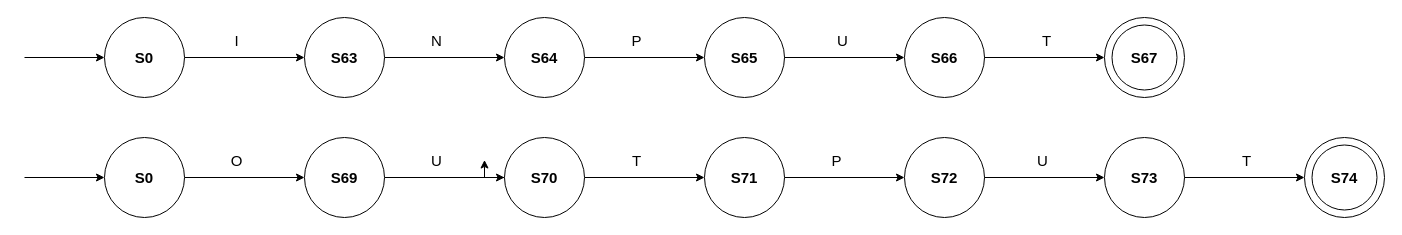
Earlier version of the draw.io diagram i/oWords.drawio (MonaJea-Ng/Projects). Source tidied: cells renumbered, new cells numbered last; positions are measured from the earlier drawing's top-left corner, leaving out a move shared by most shapes. Both pictures are drawn from the tidied source at 100%, with x=0, y=0 at pixel (24, 17).
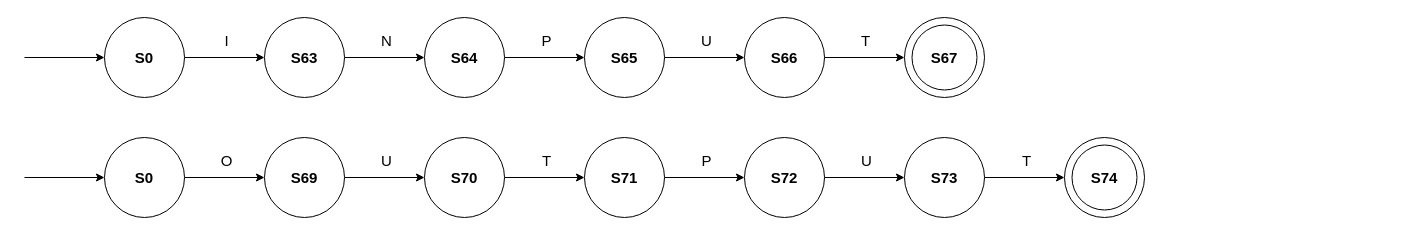
The same page after the edit.

The edit, as a diff of the source:
```diff
@@
     <mxCell id="2" style="ellipse;whiteSpace=wrap;html=1;" parent="1" vertex="1">
-      <mxGeometry x="880" width="80" height="80" as="geometry" />
+      <mxGeometry x="720" width="80" height="80" as="geometry" />
     </mxCell>
     <mxCell id="3" style="ellipse;whiteSpace=wrap;html=1;" parent="1" vertex="1">
-      <mxGeometry x="680" width="80" height="80" as="geometry" />
+      <mxGeometry x="560" width="80" height="80" as="geometry" />
     </mxCell>
-    <mxCell id="4" style="endArrow=classic;html=1;rounded=0;entryX=0;entryY=0.5;entryDx=0;entryDy=0;exitX=1;exitY=0.5;exitDx=0;exitDy=0;" parent="1" edge="1" source="14">
+    <mxCell id="4" style="endArrow=classic;html=1;rounded=0;exitX=1;exitY=0.5;exitDx=0;exitDy=0;" parent="1" edge="1" source="14">
       <mxGeometry relative="1" as="geometry">
-        <mxPoint x="680" y="40" as="targetPoint" />
+        <mxPoint x="560" y="40" as="targetPoint" />
       </mxGeometry>
     </mxCell>
@@
     <mxCell id="6" value="&lt;b style=&quot;font-size: 15px;&quot;&gt;S65&lt;/b&gt;" style="text;html=1;strokeColor=none;fillColor=none;align=center;verticalAlign=middle;whiteSpace=wrap;rounded=0;fontSize=15;" parent="1" vertex="1">
-      <mxGeometry x="690" y="25" width="60" height="30" as="geometry" />
+      <mxGeometry x="570" y="25" width="60" height="30" as="geometry" />
     </mxCell>
     <mxCell id="7" value="&lt;b&gt;&lt;font style=&quot;font-size: 15px;&quot;&gt;S66&lt;/font&gt;&lt;/b&gt;" style="text;html=1;strokeColor=none;fillColor=none;align=center;verticalAlign=middle;whiteSpace=wrap;rounded=0;" parent="1" vertex="1">
-      <mxGeometry x="890" y="25" width="60" height="30" as="geometry" />
+      <mxGeometry x="730" y="25" width="60" height="30" as="geometry" />
     </mxCell>
     <mxCell id="8" value="U" style="text;html=1;strokeColor=none;fillColor=none;align=center;verticalAlign=middle;whiteSpace=wrap;rounded=0;fontSize=15;" parent="1" vertex="1">
-      <mxGeometry x="766" y="7.5" width="105" height="30" as="geometry" />
+      <mxGeometry x="630" y="7.5" width="105" height="30" as="geometry" />
     </mxCell>
     <mxCell id="9" style="ellipse;whiteSpace=wrap;html=1;" parent="1" vertex="1">
-      <mxGeometry x="1080" width="80" height="80" as="geometry" />
+      <mxGeometry x="880" width="80" height="80" as="geometry" />
     </mxCell>
     <mxCell id="10" style="ellipse;whiteSpace=wrap;html=1;" parent="1" vertex="1">
-      <mxGeometry x="1087.5" y="7.5" width="65" height="65" as="geometry" />
+      <mxGeometry x="887.5" y="7.5" width="65" height="65" as="geometry" />
     </mxCell>
     <mxCell id="11" style="endArrow=classic;html=1;rounded=0;entryX=0;entryY=0.5;entryDx=0;entryDy=0;exitX=1;exitY=0.5;exitDx=0;exitDy=0;" parent="1" edge="1" target="9">
       <mxGeometry relative="1" as="geometry">
-        <mxPoint x="960" y="40" as="sourcePoint" />
+        <mxPoint x="800" y="40" as="sourcePoint" />
       </mxGeometry>
     </mxCell>
     <mxCell id="12" value="&lt;b&gt;&lt;font style=&quot;font-size: 15px;&quot;&gt;S67&lt;/font&gt;&lt;/b&gt;" style="text;html=1;strokeColor=none;fillColor=none;align=center;verticalAlign=middle;whiteSpace=wrap;rounded=0;" parent="1" vertex="1">
-      <mxGeometry x="1090" y="25" width="60" height="30" as="geometry" />
+      <mxGeometry x="890" y="25" width="60" height="30" as="geometry" />
     </mxCell>
     <mxCell id="13" value="T" style="text;html=1;strokeColor=none;fillColor=none;align=center;verticalAlign=middle;whiteSpace=wrap;rounded=0;fontSize=15;" parent="1" vertex="1">
-      <mxGeometry x="970" y="7.5" width="105" height="30" as="geometry" />
+      <mxGeometry x="789" y="7.5" width="105" height="30" as="geometry" />
     </mxCell>
     <mxCell id="14" style="ellipse;whiteSpace=wrap;html=1;" parent="1" vertex="1">
-      <mxGeometry x="480" width="80" height="80" as="geometry" />
+      <mxGeometry x="400" width="80" height="80" as="geometry" />
     </mxCell>
-    <mxCell id="15" style="endArrow=classic;html=1;rounded=0;entryX=0;entryY=0.5;entryDx=0;entryDy=0;" parent="1" edge="1">
+    <mxCell id="15" style="endArrow=classic;html=1;rounded=0;entryX=0;entryY=0.5;entryDx=0;entryDy=0;" parent="1" edge="1" target="14">
       <mxGeometry relative="1" as="geometry">
-        <mxPoint x="360" y="40" as="sourcePoint" />
-        <mxPoint x="480" y="40" as="targetPoint" />
+        <mxPoint x="320" y="40" as="sourcePoint" />
       </mxGeometry>
     </mxCell>
     <mxCell id="16" value="&lt;b style=&quot;font-size: 15px;&quot;&gt;S64&lt;/b&gt;" style="text;html=1;strokeColor=none;fillColor=none;align=center;verticalAlign=middle;whiteSpace=wrap;rounded=0;fontSize=15;" parent="1" vertex="1">
-      <mxGeometry x="490" y="25" width="60" height="30" as="geometry" />
+      <mxGeometry x="410" y="25" width="60" height="30" as="geometry" />
     </mxCell>
     <mxCell id="17" value="P" style="text;html=1;strokeColor=none;fillColor=none;align=center;verticalAlign=middle;whiteSpace=wrap;rounded=0;fontSize=15;" parent="1" vertex="1">
-      <mxGeometry x="560" y="7.5" width="105" height="30" as="geometry" />
+      <mxGeometry x="470" y="7.5" width="105" height="30" as="geometry" />
     </mxCell>
     <mxCell id="18" style="ellipse;whiteSpace=wrap;html=1;" parent="1" vertex="1">
-      <mxGeometry x="280" width="80" height="80" as="geometry" />
+      <mxGeometry x="240" width="80" height="80" as="geometry" />
     </mxCell>
     <mxCell id="19" value="&lt;b style=&quot;font-size: 15px;&quot;&gt;S63&lt;/b&gt;" style="text;html=1;strokeColor=none;fillColor=none;align=center;verticalAlign=middle;whiteSpace=wrap;rounded=0;fontSize=15;" parent="1" vertex="1">
-      <mxGeometry x="290" y="25" width="60" height="30" as="geometry" />
+      <mxGeometry x="250" y="25" width="60" height="30" as="geometry" />
     </mxCell>
     <mxCell id="20" value="N" style="text;html=1;strokeColor=none;fillColor=none;align=center;verticalAlign=middle;whiteSpace=wrap;rounded=0;fontSize=15;" parent="1" vertex="1">
-      <mxGeometry x="360" y="7.5" width="105" height="30" as="geometry" />
+      <mxGeometry x="310" y="7.5" width="105" height="30" as="geometry" />
     </mxCell>
-    <mxCell id="21" style="endArrow=classic;html=1;rounded=0;entryX=0;entryY=0.5;entryDx=0;entryDy=0;" parent="1" edge="1">
+    <mxCell id="21" style="endArrow=classic;html=1;rounded=0;entryX=0;entryY=0.5;entryDx=0;entryDy=0;" parent="1" edge="1" target="18">
       <mxGeometry relative="1" as="geometry">
         <mxPoint x="160" y="40" as="sourcePoint" />
-        <mxPoint x="280" y="40" as="targetPoint" />
       </mxGeometry>
     </mxCell>
@@
     <mxCell id="25" value="I" style="text;html=1;strokeColor=none;fillColor=none;align=center;verticalAlign=middle;whiteSpace=wrap;rounded=0;fontSize=15;" parent="1" vertex="1">
-      <mxGeometry x="160" y="7.5" width="105" height="30" as="geometry" />
+      <mxGeometry x="150" y="7.5" width="105" height="30" as="geometry" />
     </mxCell>
     <mxCell id="26" style="ellipse;whiteSpace=wrap;html=1;" parent="1" vertex="1">
-      <mxGeometry x="1080" y="120" width="80" height="80" as="geometry" />
+      <mxGeometry x="880" y="120" width="80" height="80" as="geometry" />
     </mxCell>
     <mxCell id="27" style="ellipse;whiteSpace=wrap;html=1;" parent="1" vertex="1">
-      <mxGeometry x="880" y="120" width="80" height="80" as="geometry" />
+      <mxGeometry x="720" y="120" width="80" height="80" as="geometry" />
     </mxCell>
-    <mxCell id="28" style="endArrow=classic;html=1;rounded=0;entryX=0;entryY=0.5;entryDx=0;entryDy=0;exitX=1;exitY=0.5;exitDx=0;exitDy=0;" parent="1" edge="1" source="38">
-      <mxGeometry relative="1" as="geometry">
-        <mxPoint x="880" y="160" as="targetPoint" />
-      </mxGeometry>
+    <mxCell id="28" style="endArrow=classic;html=1;rounded=0;entryX=0;entryY=0.5;entryDx=0;entryDy=0;exitX=1;exitY=0.5;exitDx=0;exitDy=0;" parent="1" edge="1" source="38" target="27">
+      <mxGeometry relative="1" as="geometry" />
     </mxCell>
@@
     <mxCell id="30" value="&lt;b style=&quot;font-size: 15px;&quot;&gt;S72&lt;/b&gt;" style="text;html=1;strokeColor=none;fillColor=none;align=center;verticalAlign=middle;whiteSpace=wrap;rounded=0;fontSize=15;" parent="1" vertex="1">
-      <mxGeometry x="890" y="145" width="60" height="30" as="geometry" />
+      <mxGeometry x="730" y="145" width="60" height="30" as="geometry" />
     </mxCell>
     <mxCell id="31" value="&lt;b&gt;&lt;font style=&quot;font-size: 15px;&quot;&gt;S73&lt;/font&gt;&lt;/b&gt;" style="text;html=1;strokeColor=none;fillColor=none;align=center;verticalAlign=middle;whiteSpace=wrap;rounded=0;" parent="1" vertex="1">
-      <mxGeometry x="1090" y="145" width="60" height="30" as="geometry" />
+      <mxGeometry x="890" y="145" width="60" height="30" as="geometry" />
     </mxCell>
     <mxCell id="32" value="U" style="text;html=1;strokeColor=none;fillColor=none;align=center;verticalAlign=middle;whiteSpace=wrap;rounded=0;fontSize=15;" parent="1" vertex="1">
-      <mxGeometry x="966" y="127.5" width="105" height="30" as="geometry" />
+      <mxGeometry x="790" y="127.5" width="105" height="30" as="geometry" />
     </mxCell>
     <mxCell id="33" style="ellipse;whiteSpace=wrap;html=1;" parent="1" vertex="1">
-      <mxGeometry x="1280" y="120" width="80" height="80" as="geometry" />
+      <mxGeometry x="1040" y="120" width="80" height="80" as="geometry" />
     </mxCell>
     <mxCell id="34" style="ellipse;whiteSpace=wrap;html=1;" parent="1" vertex="1">
-      <mxGeometry x="1287.5" y="127.5" width="65" height="65" as="geometry" />
+      <mxGeometry x="1047.5" y="127.5" width="65" height="65" as="geometry" />
     </mxCell>
     <mxCell id="35" style="endArrow=classic;html=1;rounded=0;entryX=0;entryY=0.5;entryDx=0;entryDy=0;exitX=1;exitY=0.5;exitDx=0;exitDy=0;" parent="1" edge="1" target="33">
       <mxGeometry relative="1" as="geometry">
-        <mxPoint x="1160" y="160" as="sourcePoint" />
+        <mxPoint x="960" y="160" as="sourcePoint" />
       </mxGeometry>
     </mxCell>
     <mxCell id="36" value="&lt;b&gt;&lt;font style=&quot;font-size: 15px;&quot;&gt;S74&lt;/font&gt;&lt;/b&gt;" style="text;html=1;strokeColor=none;fillColor=none;align=center;verticalAlign=middle;whiteSpace=wrap;rounded=0;" parent="1" vertex="1">
-      <mxGeometry x="1290" y="145" width="60" height="30" as="geometry" />
+      <mxGeometry x="1050" y="145" width="60" height="30" as="geometry" />
     </mxCell>
     <mxCell id="37" value="T" style="text;html=1;strokeColor=none;fillColor=none;align=center;verticalAlign=middle;whiteSpace=wrap;rounded=0;fontSize=15;" parent="1" vertex="1">
-      <mxGeometry x="1170" y="127.5" width="105" height="30" as="geometry" />
+      <mxGeometry x="950" y="127.5" width="105" height="30" as="geometry" />
     </mxCell>
     <mxCell id="38" style="ellipse;whiteSpace=wrap;html=1;" parent="1" vertex="1">
-      <mxGeometry x="680" y="120" width="80" height="80" as="geometry" />
+      <mxGeometry x="560" y="120" width="80" height="80" as="geometry" />
     </mxCell>
-    <mxCell id="39" style="endArrow=classic;html=1;rounded=0;entryX=0;entryY=0.5;entryDx=0;entryDy=0;" parent="1" edge="1">
+    <mxCell id="39" style="endArrow=classic;html=1;rounded=0;" parent="1" edge="1">
       <mxGeometry relative="1" as="geometry">
-        <mxPoint x="560" y="160" as="sourcePoint" />
-        <mxPoint x="680" y="160" as="targetPoint" />
+        <mxPoint x="480" y="160" as="sourcePoint" />
+        <mxPoint x="560" y="160" as="targetPoint" />
       </mxGeometry>
     </mxCell>
     <mxCell id="40" value="&lt;b style=&quot;font-size: 15px;&quot;&gt;S71&lt;/b&gt;" style="text;html=1;strokeColor=none;fillColor=none;align=center;verticalAlign=middle;whiteSpace=wrap;rounded=0;fontSize=15;" parent="1" vertex="1">
-      <mxGeometry x="690" y="145" width="60" height="30" as="geometry" />
+      <mxGeometry x="570" y="145" width="60" height="30" as="geometry" />
     </mxCell>
     <mxCell id="41" value="P" style="text;html=1;strokeColor=none;fillColor=none;align=center;verticalAlign=middle;whiteSpace=wrap;rounded=0;fontSize=15;" parent="1" vertex="1">
-      <mxGeometry x="760" y="127.5" width="105" height="30" as="geometry" />
+      <mxGeometry x="630" y="127.5" width="105" height="30" as="geometry" />
     </mxCell>
-    <mxCell id="42" style="edgeStyle=orthogonalEdgeStyle;rounded=0;jettySize=auto;html=1;" parent="1" edge="1" source="43" target="49">
-      <mxGeometry relative="1" as="geometry" />
-    </mxCell>
     <mxCell id="43" style="ellipse;whiteSpace=wrap;html=1;" parent="1" vertex="1">
-      <mxGeometry x="480" y="120" width="80" height="80" as="geometry" />
+      <mxGeometry x="400" y="120" width="80" height="80" as="geometry" />
     </mxCell>
     <mxCell id="44" value="&lt;b style=&quot;font-size: 15px;&quot;&gt;S70&lt;/b&gt;" style="text;html=1;strokeColor=none;fillColor=none;align=center;verticalAlign=middle;whiteSpace=wrap;rounded=0;fontSize=15;" parent="1" vertex="1">
-      <mxGeometry x="490" y="145" width="60" height="30" as="geometry" />
+      <mxGeometry x="410" y="145" width="60" height="30" as="geometry" />
     </mxCell>
     <mxCell id="45" value="T" style="text;html=1;strokeColor=none;fillColor=none;align=center;verticalAlign=middle;whiteSpace=wrap;rounded=0;fontSize=15;" parent="1" vertex="1">
-      <mxGeometry x="560" y="127.5" width="105" height="30" as="geometry" />
+      <mxGeometry x="470" y="127.5" width="105" height="30" as="geometry" />
     </mxCell>
-    <mxCell id="46" style="endArrow=classic;html=1;rounded=0;entryX=0;entryY=0.5;entryDx=0;entryDy=0;" parent="1" edge="1">
+    <mxCell id="46" style="endArrow=classic;html=1;rounded=0;" parent="1" edge="1">
       <mxGeometry relative="1" as="geometry">
-        <mxPoint x="360" y="160" as="sourcePoint" />
-        <mxPoint x="480" y="160" as="targetPoint" />
+        <mxPoint x="320" y="160" as="sourcePoint" />
+        <mxPoint x="400" y="160" as="targetPoint" />
       </mxGeometry>
     </mxCell>
     <mxCell id="47" style="ellipse;whiteSpace=wrap;html=1;" parent="1" vertex="1">
-      <mxGeometry x="280" y="120" width="80" height="80" as="geometry" />
+      <mxGeometry x="240" y="120" width="80" height="80" as="geometry" />
     </mxCell>
     <mxCell id="48" value="&lt;b style=&quot;font-size: 15px;&quot;&gt;S69&lt;/b&gt;" style="text;html=1;strokeColor=none;fillColor=none;align=center;verticalAlign=middle;whiteSpace=wrap;rounded=0;fontSize=15;" parent="1" vertex="1">
-      <mxGeometry x="290" y="145" width="60" height="30" as="geometry" />
+      <mxGeometry x="250" y="145" width="60" height="30" as="geometry" />
     </mxCell>
     <mxCell id="49" value="U" style="text;html=1;strokeColor=none;fillColor=none;align=center;verticalAlign=middle;whiteSpace=wrap;rounded=0;fontSize=15;" parent="1" vertex="1">
-      <mxGeometry x="360" y="127.5" width="105" height="30" as="geometry" />
+      <mxGeometry x="310" y="127.5" width="105" height="30" as="geometry" />
     </mxCell>
-    <mxCell id="50" style="endArrow=classic;html=1;rounded=0;entryX=0;entryY=0.5;entryDx=0;entryDy=0;" parent="1" edge="1">
+    <mxCell id="50" style="endArrow=classic;html=1;rounded=0;" parent="1" edge="1">
       <mxGeometry relative="1" as="geometry">
         <mxPoint x="160" y="160" as="sourcePoint" />
-        <mxPoint x="280" y="160" as="targetPoint" />
+        <mxPoint x="240" y="160" as="targetPoint" />
       </mxGeometry>
     </mxCell>
@@
     <mxCell id="54" value="O" style="text;html=1;strokeColor=none;fillColor=none;align=center;verticalAlign=middle;whiteSpace=wrap;rounded=0;fontSize=15;" parent="1" vertex="1">
-      <mxGeometry x="160" y="127.5" width="105" height="30" as="geometry" />
+      <mxGeometry x="150" y="127.5" width="105" height="30" as="geometry" />
     </mxCell>
```
